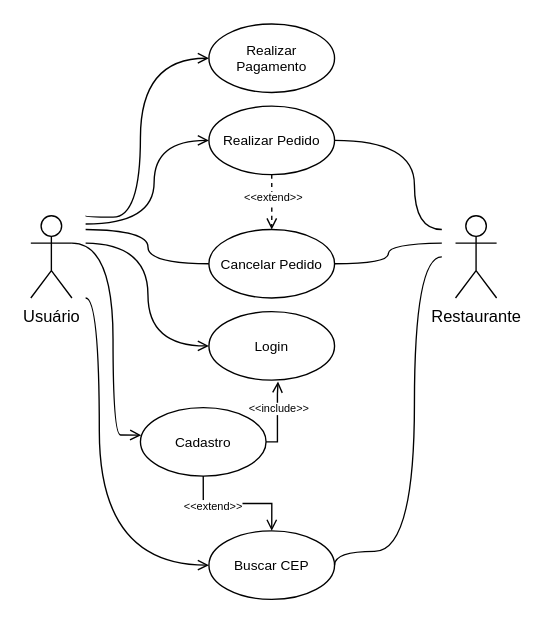
Above: page "UML - Casos de Uso" (1 of 3) of DevOps/Modelagem de Software.drawio in LucasBO7/senai-curso-repos-semestre-4 (draw.io), before the change. Source tidied: cells renumbered, new cells numbered last; positions are measured from the earlier drawing's top-left corner, leaving out a move shared by most shapes. Both pictures are drawn from the tidied source at 137%, with x=0, y=0 at pixel (30, 23).
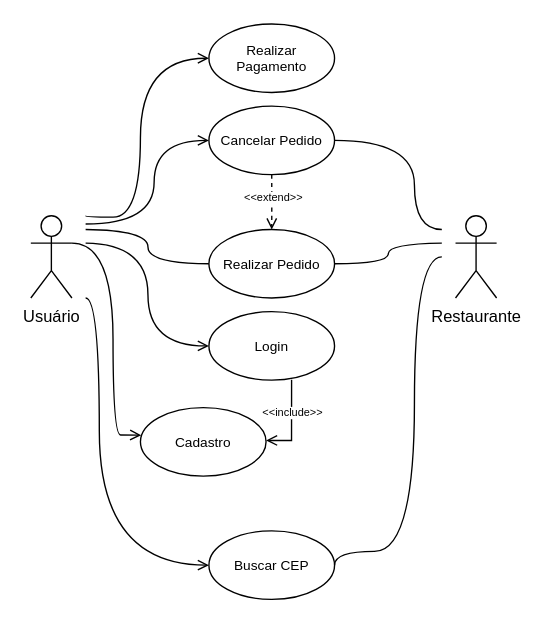
After the change.

The change refers to these unchanged cells:
```xml
<mxCell id="16" value="Login" style="ellipse;whiteSpace=wrap;html=1;fontSize=10;" parent="1" vertex="1">
  <mxGeometry x="130" y="210" width="91.7" height="50" as="geometry" />
</mxCell>
<mxCell id="19" value="Cadastro" style="ellipse;whiteSpace=wrap;html=1;fontSize=10;" parent="1" vertex="1">
  <mxGeometry x="80" y="280" width="91.7" height="50" as="geometry" />
</mxCell>
<mxCell id="21" value="Buscar CEP" style="ellipse;whiteSpace=wrap;html=1;fontSize=10;" parent="1" vertex="1">
  <mxGeometry x="130" y="370" width="91.7" height="50" as="geometry" />
</mxCell>
```

Diff of the diagram source:
```diff
@@
-    <mxCell id="11" value="Realizar Pedido" style="ellipse;whiteSpace=wrap;html=1;fontSize=10;" parent="1" vertex="1">
+    <mxCell id="11" value="Cancelar Pedido" style="ellipse;whiteSpace=wrap;html=1;fontSize=10;" parent="1" vertex="1">
       <mxGeometry x="130" y="60" width="91.7" height="50" as="geometry" />
     </mxCell>
@@
-    <mxCell id="14" value="Cancelar Pedido" style="ellipse;whiteSpace=wrap;html=1;fontSize=10;" parent="1" vertex="1">
+    <mxCell id="14" value="Realizar Pedido" style="ellipse;whiteSpace=wrap;html=1;fontSize=10;" parent="1" vertex="1">
       <mxGeometry x="130" y="150" width="91.7" height="50" as="geometry" />
     </mxCell>
@@
-    <mxCell id="17" style="edgeStyle=orthogonalEdgeStyle;rounded=0;jettySize=auto;html=1;entryX=0.5;entryY=0;entryDx=0;entryDy=0;endArrow=open;endFill=0;" parent="1" edge="1" source="19" target="21">
-      <mxGeometry relative="1" as="geometry" />
-    </mxCell>
-    <mxCell id="18" value="&amp;lt;&amp;lt;extend&amp;gt;&amp;gt;" style="edgeLabel;html=1;align=center;verticalAlign=middle;fontSize=8;" parent="17" vertex="1">
-      <mxGeometry x="-0.4" y="-1" relative="1" as="geometry" />
-    </mxCell>
@@
-    <mxCell id="23" style="edgeStyle=orthogonalEdgeStyle;rounded=0;jettySize=auto;html=1;entryX=0.55;entryY=1.02;entryDx=0;entryDy=0;entryPerimeter=0;exitX=1;exitY=0.5;exitDx=0;exitDy=0;endArrow=open;endFill=0;" parent="1" edge="1" source="19" target="16">
+    <mxCell id="23" style="edgeStyle=orthogonalEdgeStyle;rounded=0;jettySize=auto;html=1;entryX=0.658;entryY=0.994;entryDx=0;entryDy=0;entryPerimeter=0;exitX=1;exitY=0.5;exitDx=0;exitDy=0;endArrow=none;endFill=0;startArrow=open;startFill=0;" parent="1" edge="1" target="16">
       <mxGeometry relative="1" as="geometry">
+        <mxPoint x="171.7" y="304" as="sourcePoint" />
         <Array as="points">
-          <mxPoint x="180" y="305" />
-          <mxPoint x="180" y="270" />
-          <mxPoint x="180" y="270" />
+          <mxPoint x="190" y="304" />
+          <mxPoint x="190" y="260" />
         </Array>
       </mxGeometry>
     </mxCell>
```
